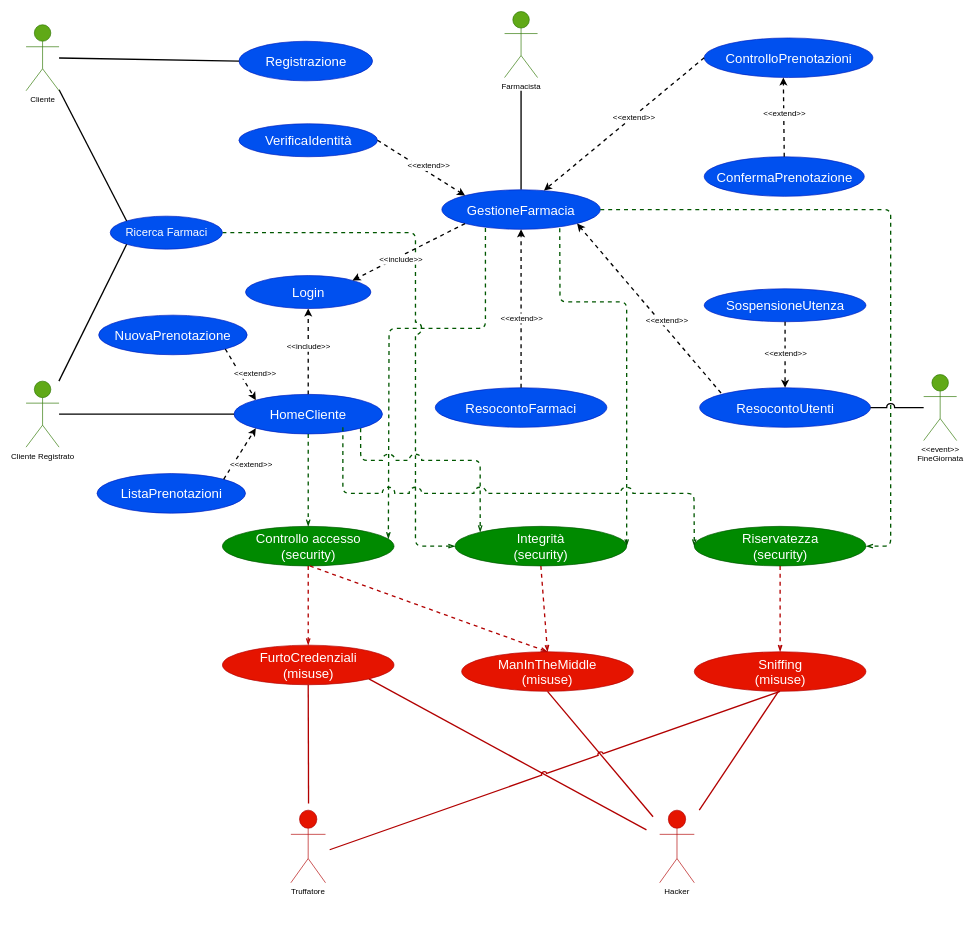
Above: SecurityCase.drawio in lnwor/farmabyte-doc (draw.io), before the change. Source tidied: cells renumbered, new cells numbered last; positions are measured from the earlier drawing's top-left corner, leaving out a move shared by most shapes. Both pictures are drawn from the tidied source at 66%, with x=0, y=0 at pixel (26, 11).
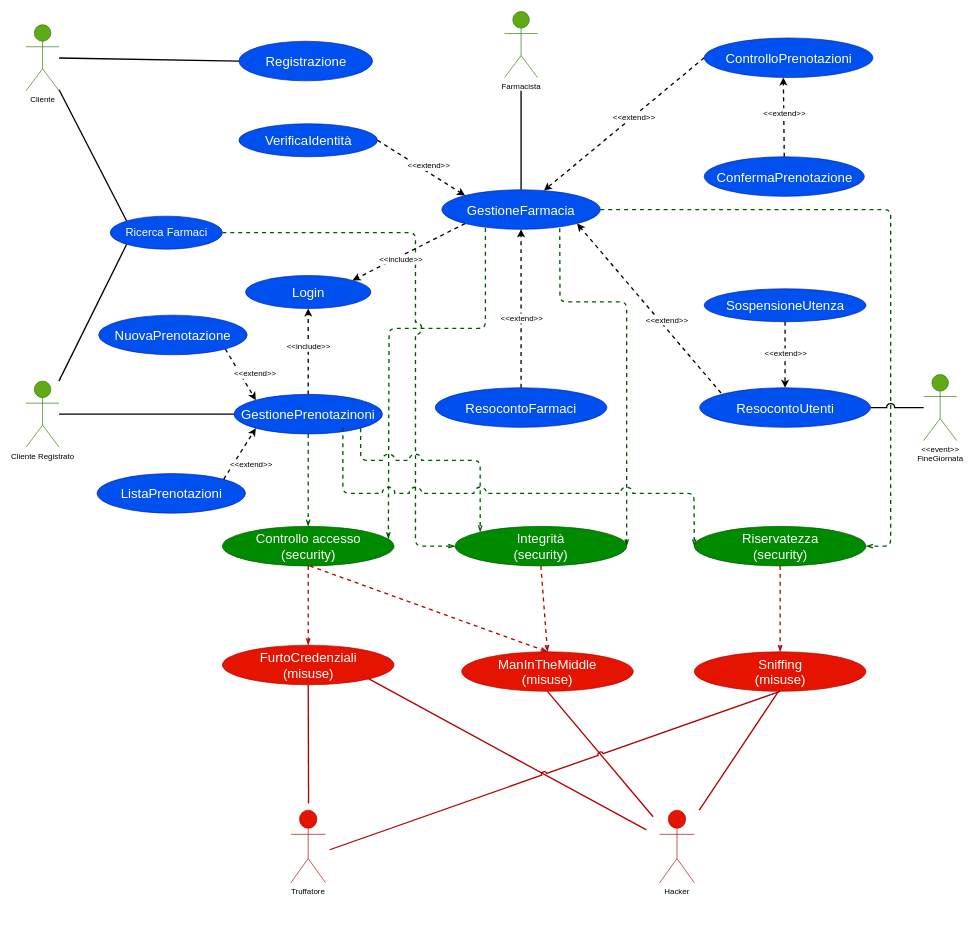
The same page after the edit.

Diff of the diagram source:
```diff
@@
-    <mxCell id="7" value="HomeCliente" style="ellipse;whiteSpace=wrap;html=1;labelBackgroundColor=none;fontSize=20;fillColor=#0050ef;strokeColor=#001DBC;fontColor=#ffffff;" parent="1" vertex="1">
+    <mxCell id="7" value="GestionePrenotazinoni" style="ellipse;whiteSpace=wrap;html=1;labelBackgroundColor=none;fontSize=20;fillColor=#0050ef;strokeColor=#001DBC;fontColor=#ffffff;" parent="1" vertex="1">
       <mxGeometry x="315" y="580" width="225" height="60" as="geometry" />
     </mxCell>
```
